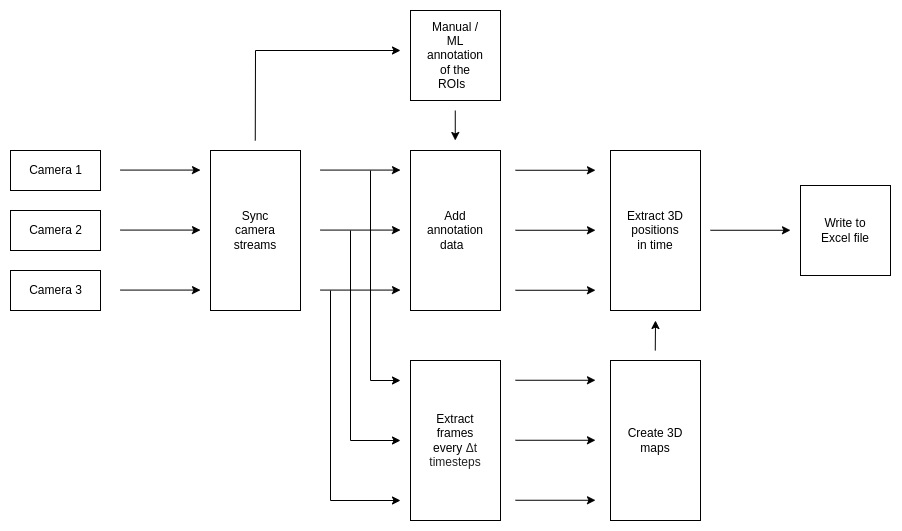
Earlier version of the draw.io export images/Flow_chart_mobile_array.drawio.png (lkoopmans/3D_reconstruction_mobile_array). Source tidied: cells renumbered, new cells last; positions are measured from the earlier drawing's top-left corner, leaving out a move shared by most shapes.
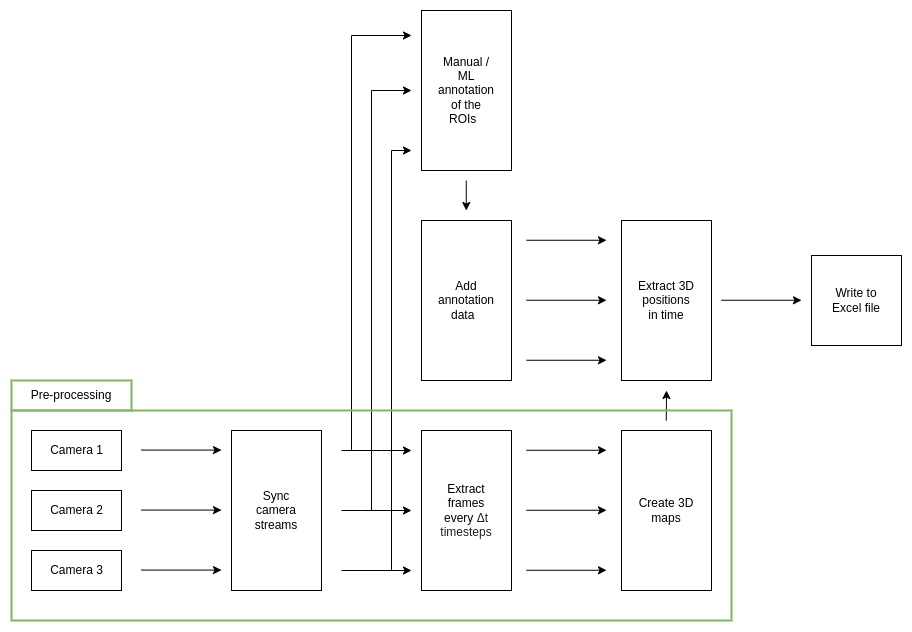
The same file after the commit.

What changed in the source:
```diff
@@ -2,69 +2,82 @@
   <root>
     <mxCell id="0" />
     <mxCell id="1" parent="0" />
+    <mxCell id="41" style="rounded=0;whiteSpace=wrap;html=1;" parent="1" vertex="1">
+      <mxGeometry x="400" y="-70" width="90" height="160" as="geometry" />
+    </mxCell>
     <mxCell id="2" style="rounded=0;whiteSpace=wrap;html=1;" parent="1" vertex="1">
-      <mxGeometry y="140" width="90" height="40" as="geometry" />
+      <mxGeometry x="10" y="350" width="90" height="40" as="geometry" />
     </mxCell>
     <mxCell id="3" value="Camera 1" style="text;html=1;align=center;verticalAlign=middle;strokeColor=none;fillColor=none;" parent="1" vertex="1">
-      <mxGeometry x="5" y="145" width="80" height="30" as="geometry" />
+      <mxGeometry x="15" y="355" width="80" height="30" as="geometry" />
     </mxCell>
     <mxCell id="4" style="rounded=0;whiteSpace=wrap;html=1;" parent="1" vertex="1">
-      <mxGeometry y="200" width="90" height="40" as="geometry" />
+      <mxGeometry x="10" y="410" width="90" height="40" as="geometry" />
     </mxCell>
     <mxCell id="5" value="Camera 2" style="text;html=1;align=center;verticalAlign=middle;strokeColor=none;fillColor=none;" parent="1" vertex="1">
-      <mxGeometry x="5" y="205" width="80" height="30" as="geometry" />
+      <mxGeometry x="15" y="415" width="80" height="30" as="geometry" />
     </mxCell>
     <mxCell id="6" style="rounded=0;whiteSpace=wrap;html=1;" parent="1" vertex="1">
-      <mxGeometry y="260" width="90" height="40" as="geometry" />
+      <mxGeometry x="10" y="470" width="90" height="40" as="geometry" />
     </mxCell>
     <mxCell id="7" value="Camera 3" style="text;html=1;align=center;verticalAlign=middle;strokeColor=none;fillColor=none;" parent="1" vertex="1">
-      <mxGeometry x="5" y="265" width="80" height="30" as="geometry" />
+      <mxGeometry x="15" y="475" width="80" height="30" as="geometry" />
     </mxCell>
     <mxCell id="8" style="endArrow=classic;html=1;rounded=0;" parent="1" edge="1">
       <mxGeometry relative="1" as="geometry">
-        <mxPoint x="110" y="219.6" as="sourcePoint" />
-        <mxPoint x="190" y="219.6" as="targetPoint" />
+        <mxPoint x="120" y="429.6" as="sourcePoint" />
+        <mxPoint x="200" y="429.6" as="targetPoint" />
       </mxGeometry>
     </mxCell>
     <mxCell id="9" style="endArrow=classic;html=1;rounded=0;" parent="1" edge="1">
       <mxGeometry relative="1" as="geometry">
-        <mxPoint x="110" y="159.6" as="sourcePoint" />
-        <mxPoint x="190" y="159.6" as="targetPoint" />
+        <mxPoint x="120" y="369.6" as="sourcePoint" />
+        <mxPoint x="200" y="369.6" as="targetPoint" />
       </mxGeometry>
     </mxCell>
     <mxCell id="10" style="endArrow=classic;html=1;rounded=0;" parent="1" edge="1">
       <mxGeometry relative="1" as="geometry">
-        <mxPoint x="110" y="279.6" as="sourcePoint" />
-        <mxPoint x="190" y="279.6" as="targetPoint" />
+        <mxPoint x="120" y="489.6" as="sourcePoint" />
+        <mxPoint x="200" y="489.6" as="targetPoint" />
       </mxGeometry>
     </mxCell>
     <mxCell id="11" style="rounded=0;whiteSpace=wrap;html=1;" parent="1" vertex="1">
-      <mxGeometry x="200" y="140" width="90" height="160" as="geometry" />
+      <mxGeometry x="210" y="350" width="90" height="160" as="geometry" />
     </mxCell>
-    <mxCell id="12" style="endArrow=classic;html=1;rounded=0;" parent="1" edge="1">
+    <mxCell id="12" style="endArrow=classic;html=1;rounded=0;exitX=0.5;exitY=0.476;exitDx=0;exitDy=0;exitPerimeter=0;" parent="1" edge="1">
       <mxGeometry relative="1" as="geometry">
-        <mxPoint x="310" y="219.6" as="sourcePoint" />
-        <mxPoint x="390" y="219.6" as="targetPoint" />
+        <mxPoint x="350" y="430" as="sourcePoint" />
+        <mxPoint x="390" y="10" as="targetPoint" />
+        <Array as="points">
+          <mxPoint x="350" y="10" />
+          <mxPoint x="390" y="10" />
+        </Array>
       </mxGeometry>
     </mxCell>
     <mxCell id="13" style="endArrow=classic;html=1;rounded=0;" parent="1" edge="1">
       <mxGeometry relative="1" as="geometry">
-        <mxPoint x="310" y="159.6" as="sourcePoint" />
-        <mxPoint x="390" y="159.6" as="targetPoint" />
+        <mxPoint x="330" y="370" as="sourcePoint" />
+        <mxPoint x="390" y="-45" as="targetPoint" />
+        <Array as="points">
+          <mxPoint x="330" y="-45" />
+        </Array>
       </mxGeometry>
     </mxCell>
     <mxCell id="14" style="endArrow=classic;html=1;rounded=0;" parent="1" edge="1">
       <mxGeometry relative="1" as="geometry">
-        <mxPoint x="310" y="279.6" as="sourcePoint" />
-        <mxPoint x="390" y="279.6" as="targetPoint" />
+        <mxPoint x="370" y="490" as="sourcePoint" />
+        <mxPoint x="390" y="70" as="targetPoint" />
+        <Array as="points">
+          <mxPoint x="370" y="70" />
+        </Array>
       </mxGeometry>
     </mxCell>
     <mxCell id="15" value="Sync camera streams" style="text;html=1;strokeColor=none;fillColor=none;align=center;verticalAlign=middle;whiteSpace=wrap;rounded=0;" parent="1" vertex="1">
-      <mxGeometry x="215" y="150" width="60" height="140" as="geometry" />
+      <mxGeometry x="225" y="360" width="60" height="140" as="geometry" />
     </mxCell>
     <mxCell id="16" style="endArrow=classic;html=1;rounded=0;" parent="1" edge="1">
       <mxGeometry relative="1" as="geometry">
-        <mxPoint x="360" y="160" as="sourcePoint" />
+        <mxPoint x="320" y="370" as="sourcePoint" />
         <mxPoint x="390" y="370" as="targetPoint" />
         <Array as="points">
           <mxPoint x="360" y="370" />
@@ -73,7 +86,7 @@
     </mxCell>
     <mxCell id="17" style="endArrow=classic;html=1;rounded=0;" parent="1" edge="1">
       <mxGeometry relative="1" as="geometry">
-        <mxPoint x="340" y="220" as="sourcePoint" />
+        <mxPoint x="320" y="430" as="sourcePoint" />
         <mxPoint x="390" y="430" as="targetPoint" />
         <Array as="points">
           <mxPoint x="340" y="430" />
@@ -82,7 +95,7 @@
     </mxCell>
     <mxCell id="18" style="endArrow=classic;html=1;rounded=0;" parent="1" edge="1">
       <mxGeometry relative="1" as="geometry">
-        <mxPoint x="320" y="280" as="sourcePoint" />
+        <mxPoint x="320" y="490" as="sourcePoint" />
         <mxPoint x="390" y="490" as="targetPoint" />
         <Array as="points">
           <mxPoint x="320" y="490" />
@@ -134,20 +147,8 @@
     <mxCell id="27" value="Add annotation&lt;br&gt;data&amp;nbsp;&amp;nbsp;" style="text;html=1;strokeColor=none;fillColor=none;align=center;verticalAlign=middle;whiteSpace=wrap;rounded=0;" parent="1" vertex="1">
       <mxGeometry x="415" y="150" width="60" height="140" as="geometry" />
     </mxCell>
-    <mxCell id="28" style="whiteSpace=wrap;html=1;" parent="1" vertex="1">
-      <mxGeometry x="400" width="90" height="90" as="geometry" />
-    </mxCell>
-    <mxCell id="29" style="endArrow=classic;html=1;rounded=0;" parent="1" edge="1">
-      <mxGeometry relative="1" as="geometry">
-        <mxPoint x="244.8" y="130" as="sourcePoint" />
-        <mxPoint x="390" y="40" as="targetPoint" />
-        <Array as="points">
-          <mxPoint x="245" y="40" />
-        </Array>
-      </mxGeometry>
-    </mxCell>
     <mxCell id="30" value="Manual / ML&lt;br&gt;annotation of the ROIs&amp;nbsp;&amp;nbsp;" style="text;html=1;strokeColor=none;fillColor=none;align=center;verticalAlign=middle;whiteSpace=wrap;rounded=0;" parent="1" vertex="1">
-      <mxGeometry x="415" y="15" width="60" height="60" as="geometry" />
+      <mxGeometry x="415" y="-20" width="60" height="60" as="geometry" />
     </mxCell>
     <mxCell id="31" style="endArrow=classic;html=1;rounded=0;" parent="1" edge="1">
       <mxGeometry relative="1" as="geometry">
@@ -188,5 +189,11 @@
     <mxCell id="40" value="Write to Excel file" style="text;html=1;strokeColor=none;fillColor=none;align=center;verticalAlign=middle;whiteSpace=wrap;rounded=0;" parent="1" vertex="1">
       <mxGeometry x="805" y="190" width="60" height="60" as="geometry" />
     </mxCell>
+    <mxCell id="42" value="Pre-processing" style="rounded=0;whiteSpace=wrap;html=1;fontSize=12;strokeWidth=2;fillColor=none;strokeColor=#82b366;" parent="1" vertex="1">
+      <mxGeometry x="-10" y="300" width="120" height="30" as="geometry" />
+    </mxCell>
+    <mxCell id="43" style="rounded=0;whiteSpace=wrap;html=1;fontSize=12;fillColor=none;strokeColor=#82b366;strokeWidth=2;" parent="1" vertex="1">
+      <mxGeometry x="-10" y="330" width="720" height="210" as="geometry" />
+    </mxCell>
   </root>
 </mxGraphModel>
```
